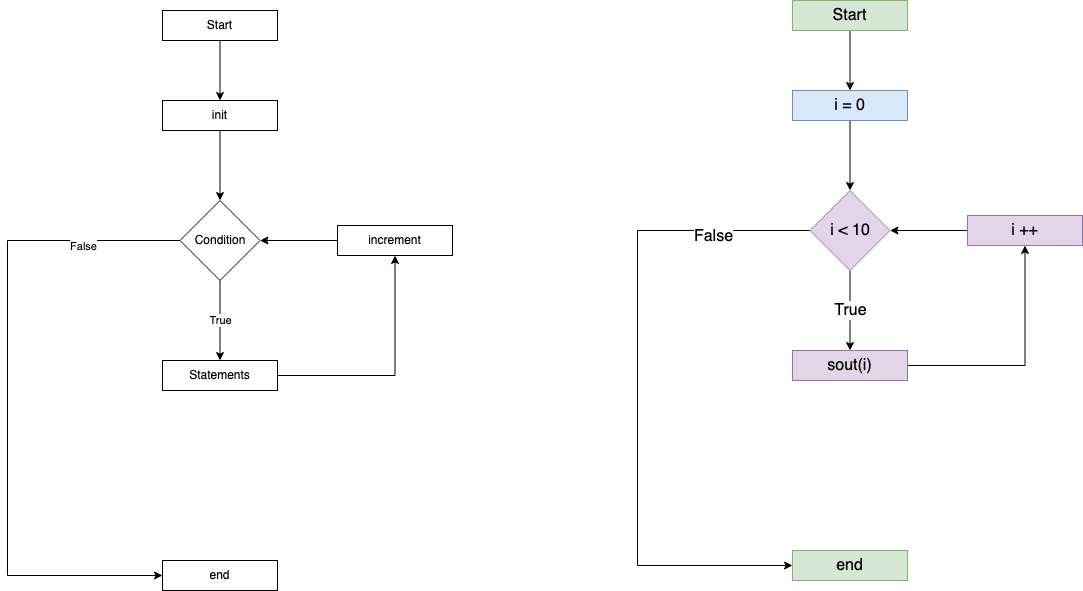
abhi20aug/java101 keeps this draw.io diagram as src/main/java/flowDiagrams/Basic/loop/Loops.drawio.png. Above is the earlier version. Source tidied: cells renumbered, new cells last; positions are measured from the earlier drawing's top-left corner, leaving out a move shared by most shapes. The source it was exported from:
```xml
<mxGraphModel>
  <root>
    <mxCell id="0" />
    <mxCell id="1" parent="0" />
    <mxCell id="2" style="edgeStyle=orthogonalEdgeStyle;rounded=0;jettySize=auto;html=1;entryX=0.5;entryY=0;entryDx=0;entryDy=0;" parent="1" edge="1" source="3" target="8">
      <mxGeometry relative="1" as="geometry" />
    </mxCell>
    <mxCell id="3" value="init" style="rounded=0;whiteSpace=wrap;html=1;" parent="1" vertex="1">
      <mxGeometry x="155" y="100" width="115" height="30" as="geometry" />
    </mxCell>
    <mxCell id="4" value="end" style="rounded=0;whiteSpace=wrap;html=1;" parent="1" vertex="1">
      <mxGeometry x="155" y="560" width="115" height="30" as="geometry" />
    </mxCell>
    <mxCell id="5" style="edgeStyle=orthogonalEdgeStyle;rounded=0;jettySize=auto;html=1;entryX=0;entryY=0.5;entryDx=0;entryDy=0;exitX=0;exitY=0.5;exitDx=0;exitDy=0;" parent="1" edge="1" source="8" target="4">
      <mxGeometry relative="1" as="geometry">
        <Array as="points">
          <mxPoint y="240" />
          <mxPoint y="575" />
        </Array>
      </mxGeometry>
    </mxCell>
    <mxCell id="6" value="False" style="edgeLabel;html=1;align=center;verticalAlign=middle;" parent="5" vertex="1">
      <mxGeometry x="-0.71" y="5" relative="1" as="geometry" />
    </mxCell>
    <mxCell id="7" value="True" style="edgeStyle=orthogonalEdgeStyle;rounded=0;jettySize=auto;html=1;" parent="1" edge="1" source="8" target="10">
      <mxGeometry relative="1" as="geometry" />
    </mxCell>
    <mxCell id="8" value="Condition" style="rhombus;whiteSpace=wrap;html=1;" parent="1" vertex="1">
      <mxGeometry x="172.5" y="200" width="80" height="80" as="geometry" />
    </mxCell>
    <mxCell id="9" style="edgeStyle=orthogonalEdgeStyle;rounded=0;jettySize=auto;html=1;entryX=0.5;entryY=1;entryDx=0;entryDy=0;" parent="1" edge="1" source="10" target="12">
      <mxGeometry relative="1" as="geometry" />
    </mxCell>
    <mxCell id="10" value="Statements" style="rounded=0;whiteSpace=wrap;html=1;" parent="1" vertex="1">
      <mxGeometry x="155" y="360" width="115" height="30" as="geometry" />
    </mxCell>
    <mxCell id="11" style="edgeStyle=orthogonalEdgeStyle;rounded=0;jettySize=auto;html=1;entryX=1;entryY=0.5;entryDx=0;entryDy=0;" parent="1" edge="1" source="12" target="8">
      <mxGeometry relative="1" as="geometry" />
    </mxCell>
    <mxCell id="12" value="increment" style="rounded=0;whiteSpace=wrap;html=1;" parent="1" vertex="1">
      <mxGeometry x="330" y="225" width="115" height="30" as="geometry" />
    </mxCell>
    <mxCell id="13" style="edgeStyle=orthogonalEdgeStyle;rounded=0;jettySize=auto;html=1;entryX=0.5;entryY=0;entryDx=0;entryDy=0;" parent="1" edge="1" source="14" target="3">
      <mxGeometry relative="1" as="geometry" />
    </mxCell>
    <mxCell id="14" value="Start" style="rounded=0;whiteSpace=wrap;html=1;" parent="1" vertex="1">
      <mxGeometry x="155" y="10" width="115" height="30" as="geometry" />
    </mxCell>
    <mxCell id="15" style="edgeStyle=orthogonalEdgeStyle;rounded=0;jettySize=auto;html=1;entryX=0.5;entryY=0;entryDx=0;entryDy=0;fontSize=16;" parent="1" edge="1" source="16" target="21">
      <mxGeometry relative="1" as="geometry" />
    </mxCell>
    <mxCell id="16" value="i = 0" style="rounded=0;whiteSpace=wrap;html=1;fontSize=16;fillColor=#dae8fc;strokeColor=#6c8ebf;" parent="1" vertex="1">
      <mxGeometry x="785" y="90" width="115" height="30" as="geometry" />
    </mxCell>
    <mxCell id="17" value="end" style="rounded=0;whiteSpace=wrap;html=1;fontSize=16;fillColor=#d5e8d4;strokeColor=#82b366;" parent="1" vertex="1">
      <mxGeometry x="785" y="550" width="115" height="30" as="geometry" />
    </mxCell>
    <mxCell id="18" style="edgeStyle=orthogonalEdgeStyle;rounded=0;jettySize=auto;html=1;entryX=0;entryY=0.5;entryDx=0;entryDy=0;exitX=0;exitY=0.5;exitDx=0;exitDy=0;fontSize=16;" parent="1" edge="1" source="21" target="17">
      <mxGeometry relative="1" as="geometry">
        <Array as="points">
          <mxPoint x="630" y="230" />
          <mxPoint x="630" y="565" />
        </Array>
      </mxGeometry>
    </mxCell>
    <mxCell id="19" value="False" style="edgeLabel;html=1;align=center;verticalAlign=middle;fontSize=16;" parent="18" vertex="1">
      <mxGeometry x="-0.71" y="5" relative="1" as="geometry" />
    </mxCell>
    <mxCell id="20" value="True" style="edgeStyle=orthogonalEdgeStyle;rounded=0;jettySize=auto;html=1;fontSize=16;" parent="1" edge="1" source="21" target="23">
      <mxGeometry relative="1" as="geometry" />
    </mxCell>
    <mxCell id="21" value="i &amp;lt; 10" style="rhombus;whiteSpace=wrap;html=1;fontSize=16;fillColor=#e1d5e7;strokeColor=#9673a6;" parent="1" vertex="1">
      <mxGeometry x="802.5" y="190" width="80" height="80" as="geometry" />
    </mxCell>
    <mxCell id="22" style="edgeStyle=orthogonalEdgeStyle;rounded=0;jettySize=auto;html=1;entryX=0.5;entryY=1;entryDx=0;entryDy=0;fontSize=16;" parent="1" edge="1" source="23" target="25">
      <mxGeometry relative="1" as="geometry" />
    </mxCell>
    <mxCell id="23" value="sout(i)" style="rounded=0;whiteSpace=wrap;html=1;fontSize=16;fillColor=#e1d5e7;strokeColor=#9673a6;" parent="1" vertex="1">
      <mxGeometry x="785" y="350" width="115" height="30" as="geometry" />
    </mxCell>
    <mxCell id="24" style="edgeStyle=orthogonalEdgeStyle;rounded=0;jettySize=auto;html=1;entryX=1;entryY=0.5;entryDx=0;entryDy=0;fontSize=16;" parent="1" edge="1" source="25" target="21">
      <mxGeometry relative="1" as="geometry" />
    </mxCell>
    <mxCell id="25" value="i ++" style="rounded=0;whiteSpace=wrap;html=1;fontSize=16;fillColor=#e1d5e7;strokeColor=#9673a6;" parent="1" vertex="1">
      <mxGeometry x="960" y="215" width="115" height="30" as="geometry" />
    </mxCell>
    <mxCell id="26" style="edgeStyle=orthogonalEdgeStyle;rounded=0;jettySize=auto;html=1;entryX=0.5;entryY=0;entryDx=0;entryDy=0;fontSize=16;" parent="1" edge="1" source="27" target="16">
      <mxGeometry relative="1" as="geometry" />
    </mxCell>
    <mxCell id="27" value="Start" style="rounded=0;whiteSpace=wrap;html=1;fontSize=16;fillColor=#d5e8d4;strokeColor=#82b366;" parent="1" vertex="1">
      <mxGeometry x="785" width="115" height="30" as="geometry" />
    </mxCell>
  </root>
</mxGraphModel>
```
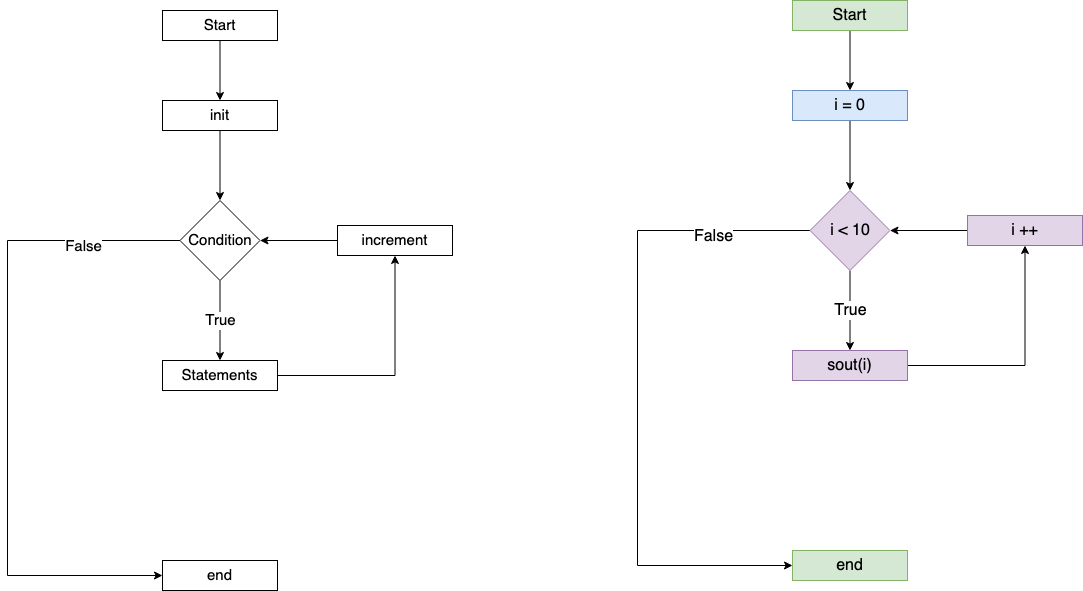
The same file after the commit.

What changed in the source:
```diff
@@ -2,16 +2,16 @@
   <root>
     <mxCell id="0" />
     <mxCell id="1" parent="0" />
-    <mxCell id="2" style="edgeStyle=orthogonalEdgeStyle;rounded=0;jettySize=auto;html=1;entryX=0.5;entryY=0;entryDx=0;entryDy=0;" parent="1" edge="1" source="3" target="8">
+    <mxCell id="2" style="edgeStyle=orthogonalEdgeStyle;rounded=0;jettySize=auto;html=1;entryX=0.5;entryY=0;entryDx=0;entryDy=0;fontSize=15;" parent="1" edge="1" source="3" target="8">
       <mxGeometry relative="1" as="geometry" />
     </mxCell>
-    <mxCell id="3" value="init" style="rounded=0;whiteSpace=wrap;html=1;" parent="1" vertex="1">
+    <mxCell id="3" value="init" style="rounded=0;whiteSpace=wrap;html=1;fontSize=15;" parent="1" vertex="1">
       <mxGeometry x="155" y="100" width="115" height="30" as="geometry" />
     </mxCell>
-    <mxCell id="4" value="end" style="rounded=0;whiteSpace=wrap;html=1;" parent="1" vertex="1">
+    <mxCell id="4" value="end" style="rounded=0;whiteSpace=wrap;html=1;fontSize=15;" parent="1" vertex="1">
       <mxGeometry x="155" y="560" width="115" height="30" as="geometry" />
     </mxCell>
-    <mxCell id="5" style="edgeStyle=orthogonalEdgeStyle;rounded=0;jettySize=auto;html=1;entryX=0;entryY=0.5;entryDx=0;entryDy=0;exitX=0;exitY=0.5;exitDx=0;exitDy=0;" parent="1" edge="1" source="8" target="4">
+    <mxCell id="5" style="edgeStyle=orthogonalEdgeStyle;rounded=0;jettySize=auto;html=1;entryX=0;entryY=0.5;entryDx=0;entryDy=0;exitX=0;exitY=0.5;exitDx=0;exitDy=0;fontSize=15;" parent="1" edge="1" source="8" target="4">
       <mxGeometry relative="1" as="geometry">
         <Array as="points">
           <mxPoint y="240" />
@@ -19,31 +19,31 @@
         </Array>
       </mxGeometry>
     </mxCell>
-    <mxCell id="6" value="False" style="edgeLabel;html=1;align=center;verticalAlign=middle;" parent="5" vertex="1">
+    <mxCell id="6" value="False" style="edgeLabel;html=1;align=center;verticalAlign=middle;fontSize=15;" parent="5" vertex="1">
       <mxGeometry x="-0.71" y="5" relative="1" as="geometry" />
     </mxCell>
-    <mxCell id="7" value="True" style="edgeStyle=orthogonalEdgeStyle;rounded=0;jettySize=auto;html=1;" parent="1" edge="1" source="8" target="10">
+    <mxCell id="7" value="True" style="edgeStyle=orthogonalEdgeStyle;rounded=0;jettySize=auto;html=1;fontSize=15;" parent="1" edge="1" source="8" target="10">
       <mxGeometry relative="1" as="geometry" />
     </mxCell>
-    <mxCell id="8" value="Condition" style="rhombus;whiteSpace=wrap;html=1;" parent="1" vertex="1">
+    <mxCell id="8" value="Condition" style="rhombus;whiteSpace=wrap;html=1;fontSize=15;" parent="1" vertex="1">
       <mxGeometry x="172.5" y="200" width="80" height="80" as="geometry" />
     </mxCell>
-    <mxCell id="9" style="edgeStyle=orthogonalEdgeStyle;rounded=0;jettySize=auto;html=1;entryX=0.5;entryY=1;entryDx=0;entryDy=0;" parent="1" edge="1" source="10" target="12">
+    <mxCell id="9" style="edgeStyle=orthogonalEdgeStyle;rounded=0;jettySize=auto;html=1;entryX=0.5;entryY=1;entryDx=0;entryDy=0;fontSize=15;" parent="1" edge="1" source="10" target="12">
       <mxGeometry relative="1" as="geometry" />
     </mxCell>
-    <mxCell id="10" value="Statements" style="rounded=0;whiteSpace=wrap;html=1;" parent="1" vertex="1">
+    <mxCell id="10" value="Statements" style="rounded=0;whiteSpace=wrap;html=1;fontSize=15;" parent="1" vertex="1">
       <mxGeometry x="155" y="360" width="115" height="30" as="geometry" />
     </mxCell>
-    <mxCell id="11" style="edgeStyle=orthogonalEdgeStyle;rounded=0;jettySize=auto;html=1;entryX=1;entryY=0.5;entryDx=0;entryDy=0;" parent="1" edge="1" source="12" target="8">
+    <mxCell id="11" style="edgeStyle=orthogonalEdgeStyle;rounded=0;jettySize=auto;html=1;entryX=1;entryY=0.5;entryDx=0;entryDy=0;fontSize=15;" parent="1" edge="1" source="12" target="8">
       <mxGeometry relative="1" as="geometry" />
     </mxCell>
-    <mxCell id="12" value="increment" style="rounded=0;whiteSpace=wrap;html=1;" parent="1" vertex="1">
+    <mxCell id="12" value="increment" style="rounded=0;whiteSpace=wrap;html=1;fontSize=15;" parent="1" vertex="1">
       <mxGeometry x="330" y="225" width="115" height="30" as="geometry" />
     </mxCell>
-    <mxCell id="13" style="edgeStyle=orthogonalEdgeStyle;rounded=0;jettySize=auto;html=1;entryX=0.5;entryY=0;entryDx=0;entryDy=0;" parent="1" edge="1" source="14" target="3">
+    <mxCell id="13" style="edgeStyle=orthogonalEdgeStyle;rounded=0;jettySize=auto;html=1;entryX=0.5;entryY=0;entryDx=0;entryDy=0;fontSize=15;" parent="1" edge="1" source="14" target="3">
       <mxGeometry relative="1" as="geometry" />
     </mxCell>
-    <mxCell id="14" value="Start" style="rounded=0;whiteSpace=wrap;html=1;" parent="1" vertex="1">
+    <mxCell id="14" value="Start" style="rounded=0;whiteSpace=wrap;html=1;fontSize=15;" parent="1" vertex="1">
       <mxGeometry x="155" y="10" width="115" height="30" as="geometry" />
     </mxCell>
     <mxCell id="15" style="edgeStyle=orthogonalEdgeStyle;rounded=0;jettySize=auto;html=1;entryX=0.5;entryY=0;entryDx=0;entryDy=0;fontSize=16;" parent="1" edge="1" source="16" target="21">
```
